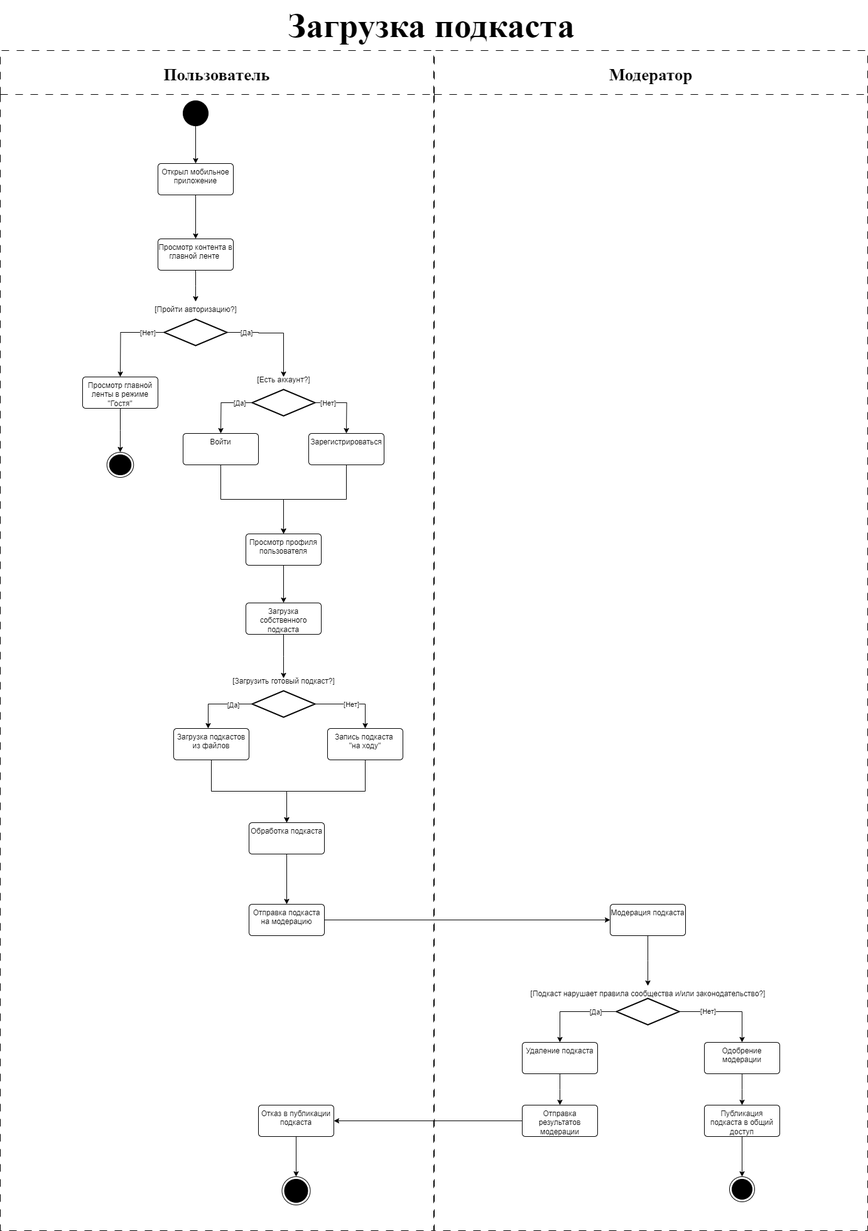
The draw.io diagram diagrams/activity-upload.png in SazonovAlexander/9.1-TikTalk, before a commit. Source tidied: cells renumbered, new cells last; positions are measured from the earlier drawing's top-left corner, leaving out a move shared by most shapes.
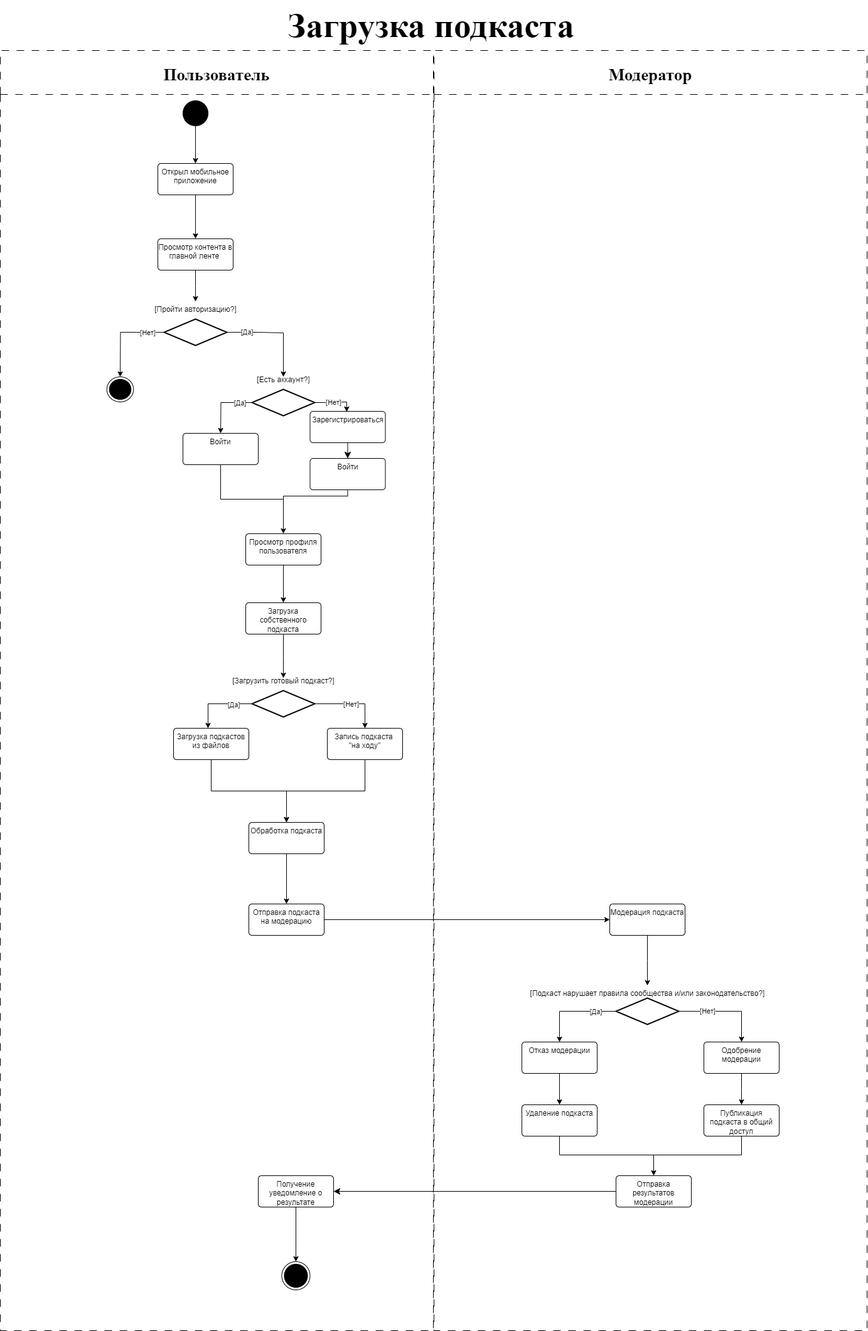
Later version of the same file.

What changed in the source:
```diff
@@ -51,12 +51,6 @@
     <mxCell id="13" style="strokeWidth=2;html=1;shape=mxgraph.flowchart.decision;whiteSpace=wrap;" parent="1" vertex="1">
       <mxGeometry x="261" y="508" width="100" height="42" as="geometry" />
     </mxCell>
-    <mxCell id="14" style="edgeStyle=orthogonalEdgeStyle;rounded=0;jettySize=auto;html=1;" parent="1" edge="1" source="15" target="26">
-      <mxGeometry relative="1" as="geometry" />
-    </mxCell>
-    <mxCell id="15" value="Просмотр главной ленты в режиме &quot;Гостя&quot;" style="whiteSpace=wrap;html=1;verticalAlign=top;rounded=1;arcSize=10;dashed=0;" parent="1" vertex="1">
-      <mxGeometry x="131" y="600" width="120" height="50" as="geometry" />
-    </mxCell>
     <mxCell id="16" style="edgeStyle=orthogonalEdgeStyle;rounded=0;jettySize=auto;html=1;" parent="1" edge="1" source="20">
       <mxGeometry relative="1" as="geometry">
         <mxPoint x="351" y="690" as="targetPoint" />
@@ -65,14 +59,18 @@
     <mxCell id="17" value="[Да]" style="edgeLabel;html=1;align=center;verticalAlign=middle;" parent="16" vertex="1">
       <mxGeometry x="-0.58" relative="1" as="geometry" />
     </mxCell>
-    <mxCell id="18" style="edgeStyle=orthogonalEdgeStyle;rounded=0;jettySize=auto;html=1;" parent="1" edge="1" source="20">
+    <mxCell id="18" style="edgeStyle=orthogonalEdgeStyle;rounded=0;jettySize=auto;html=1;entryX=0.487;entryY=0.017;entryDx=0;entryDy=0;entryPerimeter=0;" parent="1" edge="1" source="20" target="25">
       <mxGeometry relative="1" as="geometry">
-        <mxPoint x="551" y="690" as="targetPoint" />
+        <Array as="points">
+          <mxPoint x="521" y="641" />
+          <mxPoint x="521" y="640" />
+          <mxPoint x="552" y="640" />
+        </Array>
       </mxGeometry>
     </mxCell>
     <mxCell id="19" value="[Нет]" style="edgeLabel;html=1;align=center;verticalAlign=middle;" parent="18" vertex="1">
       <mxGeometry x="-0.73" y="1" relative="1" as="geometry">
-        <mxPoint x="6" y="1" as="offset" />
+        <mxPoint x="21" as="offset" />
       </mxGeometry>
     </mxCell>
     <mxCell id="20" style="strokeWidth=2;html=1;shape=mxgraph.flowchart.decision;whiteSpace=wrap;" parent="1" vertex="1">
@@ -87,15 +85,6 @@
     <mxCell id="23" value="Войти" style="whiteSpace=wrap;html=1;verticalAlign=top;rounded=1;arcSize=10;dashed=0;" parent="1" vertex="1">
       <mxGeometry x="291" y="690" width="120" height="50" as="geometry" />
     </mxCell>
-    <mxCell id="24" style="edgeStyle=orthogonalEdgeStyle;rounded=0;jettySize=auto;html=1;entryX=0.5;entryY=0;entryDx=0;entryDy=0;" parent="1" edge="1" source="25" target="28">
-      <mxGeometry relative="1" as="geometry" />
-    </mxCell>
-    <mxCell id="25" value="Зарегистрироваться" style="whiteSpace=wrap;html=1;verticalAlign=top;rounded=1;arcSize=10;dashed=0;" parent="1" vertex="1">
-      <mxGeometry x="491" y="690" width="120" height="50" as="geometry" />
-    </mxCell>
-    <mxCell id="26" style="ellipse;html=1;shape=endState;fillColor=strokeColor;" parent="1" vertex="1">
-      <mxGeometry x="169.8" y="720" width="42.5" height="40" as="geometry" />
-    </mxCell>
     <mxCell id="27" style="edgeStyle=orthogonalEdgeStyle;rounded=0;jettySize=auto;html=1;entryX=0.5;entryY=0;entryDx=0;entryDy=0;" parent="1" edge="1" source="28" target="30">
       <mxGeometry relative="1" as="geometry" />
     </mxCell>
@@ -157,23 +146,43 @@
     <mxCell id="44" value="Отправка подкаста на модерацию" style="whiteSpace=wrap;html=1;verticalAlign=top;rounded=1;arcSize=10;dashed=0;" parent="1" vertex="1">
       <mxGeometry x="396" y="1440" width="120" height="50" as="geometry" />
     </mxCell>
-    <mxCell id="45" style="edgeStyle=orthogonalEdgeStyle;rounded=0;jettySize=auto;html=1;entryX=1;entryY=0.5;entryDx=0;entryDy=0;" parent="1" edge="1" source="64" target="47">
-      <mxGeometry relative="1" as="geometry" />
-    </mxCell>
+    <mxCell id="49" value="Пользователь" style="swimlane;startSize=70;fontFamily=Times New Roman;fontSize=27;dashed=1;dashPattern=12 12;" parent="1" vertex="1">
+      <mxGeometry y="80" width="690" height="2040" as="geometry" />
+    </mxCell>
+    <mxCell id="26" style="ellipse;html=1;shape=endState;fillColor=strokeColor;" parent="49" vertex="1">
+      <mxGeometry x="169.8" y="520" width="42.5" height="40" as="geometry" />
+    </mxCell>
+    <mxCell id="68" style="edgeStyle=none;curved=1;rounded=0;jettySize=auto;html=1;fontSize=12;startSize=8;endSize=8;" parent="49" edge="1" source="25">
+      <mxGeometry relative="1" as="geometry">
+        <mxPoint x="553.5" y="650" as="targetPoint" />
+      </mxGeometry>
+    </mxCell>
+    <mxCell id="25" value="Зарегистрироваться" style="whiteSpace=wrap;html=1;verticalAlign=top;rounded=1;arcSize=10;dashed=0;" parent="49" vertex="1">
+      <mxGeometry x="493.5" y="575" width="120" height="50" as="geometry" />
+    </mxCell>
+    <mxCell id="69" style="edgeStyle=orthogonalEdgeStyle;rounded=0;jettySize=auto;html=1;fontSize=12;startSize=8;endSize=8;endArrow=none;endFill=0;" parent="49" edge="1" source="70">
+      <mxGeometry relative="1" as="geometry">
+        <mxPoint x="451" y="720" as="targetPoint" />
+        <Array as="points">
+          <mxPoint x="554" y="710" />
+          <mxPoint x="451" y="710" />
+        </Array>
+      </mxGeometry>
+    </mxCell>
+    <mxCell id="70" value="Войти" style="whiteSpace=wrap;html=1;verticalAlign=top;rounded=1;arcSize=10;dashed=0;" parent="49" vertex="1">
+      <mxGeometry x="493.5" y="650" width="120" height="50" as="geometry" />
+    </mxCell>
+    <mxCell id="48" style="ellipse;html=1;shape=endState;fillColor=strokeColor;" parent="49" vertex="1">
+      <mxGeometry x="448.5" y="1930" width="45" height="45" as="geometry" />
+    </mxCell>
+    <mxCell id="47" value="Получение уведомление о результате" style="whiteSpace=wrap;html=1;verticalAlign=top;rounded=1;arcSize=10;dashed=0;" parent="49" vertex="1">
+      <mxGeometry x="411" y="1793" width="120" height="50" as="geometry" />
+    </mxCell>
-    <mxCell id="46" style="edgeStyle=orthogonalEdgeStyle;rounded=0;jettySize=auto;html=1;" parent="1" edge="1" source="47" target="48">
+    <mxCell id="46" style="edgeStyle=orthogonalEdgeStyle;rounded=0;jettySize=auto;html=1;" parent="49" edge="1" source="47" target="48">
       <mxGeometry relative="1" as="geometry" />
     </mxCell>
-    <mxCell id="47" value="Отказ в публикации подкаста" style="whiteSpace=wrap;html=1;verticalAlign=top;rounded=1;arcSize=10;dashed=0;" parent="1" vertex="1">
-      <mxGeometry x="411" y="1760" width="120" height="50" as="geometry" />
-    </mxCell>
-    <mxCell id="48" style="ellipse;html=1;shape=endState;fillColor=strokeColor;" parent="1" vertex="1">
-      <mxGeometry x="448.5" y="1874" width="45" height="45" as="geometry" />
-    </mxCell>
-    <mxCell id="49" value="Пользователь" style="swimlane;startSize=70;fontFamily=Times New Roman;fontSize=27;dashed=1;dashPattern=12 12;" parent="1" vertex="1">
-      <mxGeometry y="80" width="690" height="1880" as="geometry" />
-    </mxCell>
     <mxCell id="50" value="Модератор" style="swimlane;startSize=70;fontFamily=Times New Roman;fontSize=27;dashed=1;dashPattern=12 12;perimeterSpacing=0;swimlaneLine=1;rounded=0;" parent="1" vertex="1">
-      <mxGeometry x="691" y="80" width="690" height="1880" as="geometry" />
+      <mxGeometry x="691" y="80" width="690" height="2040" as="geometry" />
     </mxCell>
     <mxCell id="51" style="edgeStyle=orthogonalEdgeStyle;rounded=0;jettySize=auto;html=1;" parent="50" edge="1" source="52">
       <mxGeometry relative="1" as="geometry">
@@ -201,12 +210,10 @@
     <mxCell id="58" value="[Подкаст нарушает правила сообщества и/или законодательство?]" style="text;html=1;align=center;verticalAlign=middle;strokeColor=none;fillColor=none;" parent="50" vertex="1">
       <mxGeometry x="140" y="1488" width="400" height="30" as="geometry" />
     </mxCell>
-    <mxCell id="59" style="edgeStyle=orthogonalEdgeStyle;rounded=0;jettySize=auto;html=1;" parent="50" edge="1" source="60">
-      <mxGeometry relative="1" as="geometry">
-        <mxPoint x="200" y="1680" as="targetPoint" />
-      </mxGeometry>
+    <mxCell id="59" style="edgeStyle=orthogonalEdgeStyle;rounded=0;jettySize=auto;html=1;entryX=0.5;entryY=0;entryDx=0;entryDy=0;" parent="50" edge="1" source="60" target="72">
+      <mxGeometry relative="1" as="geometry" />
     </mxCell>
-    <mxCell id="60" value="Удаление подкаста" style="whiteSpace=wrap;html=1;verticalAlign=top;rounded=1;arcSize=10;dashed=0;" parent="50" vertex="1">
+    <mxCell id="60" value="Отказ модерации" style="whiteSpace=wrap;html=1;verticalAlign=top;rounded=1;arcSize=10;dashed=0;" parent="50" vertex="1">
       <mxGeometry x="140" y="1580" width="120" height="50" as="geometry" />
     </mxCell>
     <mxCell id="61" style="edgeStyle=orthogonalEdgeStyle;rounded=0;jettySize=auto;html=1;" parent="50" edge="1" source="62">
@@ -217,20 +224,36 @@
     <mxCell id="62" value="Одобрение модерации" style="whiteSpace=wrap;html=1;verticalAlign=top;rounded=1;arcSize=10;dashed=0;" parent="50" vertex="1">
       <mxGeometry x="430" y="1580" width="120" height="50" as="geometry" />
     </mxCell>
-    <mxCell id="63" style="ellipse;html=1;shape=endState;fillColor=strokeColor;" parent="50" vertex="1">
-      <mxGeometry x="470" y="1794" width="40" height="40" as="geometry" />
-    </mxCell>
     <mxCell id="64" value="Отправка результатов модерации" style="whiteSpace=wrap;html=1;verticalAlign=top;rounded=1;arcSize=10;dashed=0;" parent="50" vertex="1">
-      <mxGeometry x="140" y="1680" width="120" height="50" as="geometry" />
+      <mxGeometry x="290" y="1793" width="120" height="50" as="geometry" />
     </mxCell>
-    <mxCell id="65" style="edgeStyle=orthogonalEdgeStyle;rounded=0;jettySize=auto;html=1;entryX=0.5;entryY=0;entryDx=0;entryDy=0;" parent="50" edge="1" source="66" target="63">
-      <mxGeometry relative="1" as="geometry" />
+    <mxCell id="65" style="edgeStyle=orthogonalEdgeStyle;rounded=0;jettySize=auto;html=1;" parent="50" edge="1" source="66" target="64">
+      <mxGeometry relative="1" as="geometry">
+        <Array as="points">
+          <mxPoint x="490" y="1760" />
+          <mxPoint x="350" y="1760" />
+        </Array>
+      </mxGeometry>
     </mxCell>
     <mxCell id="66" value="Публикация подкаста в общий доступ" style="whiteSpace=wrap;html=1;verticalAlign=top;rounded=1;arcSize=10;dashed=0;" parent="50" vertex="1">
       <mxGeometry x="430" y="1680" width="120" height="50" as="geometry" />
     </mxCell>
+    <mxCell id="71" style="edgeStyle=orthogonalEdgeStyle;rounded=0;jettySize=auto;html=1;fontSize=12;startSize=8;endSize=8;endArrow=none;endFill=0;" parent="50" edge="1" source="72">
+      <mxGeometry relative="1" as="geometry">
+        <mxPoint x="350" y="1760" as="targetPoint" />
+        <Array as="points">
+          <mxPoint x="200" y="1760" />
+        </Array>
+      </mxGeometry>
+    </mxCell>
+    <mxCell id="72" value="Удаление подкаста" style="whiteSpace=wrap;html=1;verticalAlign=top;rounded=1;arcSize=10;dashed=0;" parent="50" vertex="1">
+      <mxGeometry x="140" y="1680" width="120" height="50" as="geometry" />
+    </mxCell>
     <mxCell id="67" value="Загрузка подкаста" style="text;html=1;align=center;verticalAlign=middle;strokeColor=none;fillColor=none;fontFamily=Times New Roman;fontSize=55;fontStyle=1;" parent="1" vertex="1">
       <mxGeometry x="461" width="450" height="80" as="geometry" />
     </mxCell>
+    <mxCell id="45" style="edgeStyle=none;curved=1;rounded=0;jettySize=auto;html=1;entryX=1;entryY=0.5;entryDx=0;entryDy=0;fontSize=12;startSize=8;endSize=8;" parent="1" edge="1" source="64" target="47">
+      <mxGeometry relative="1" as="geometry" />
+    </mxCell>
   </root>
 </mxGraphModel>
```
